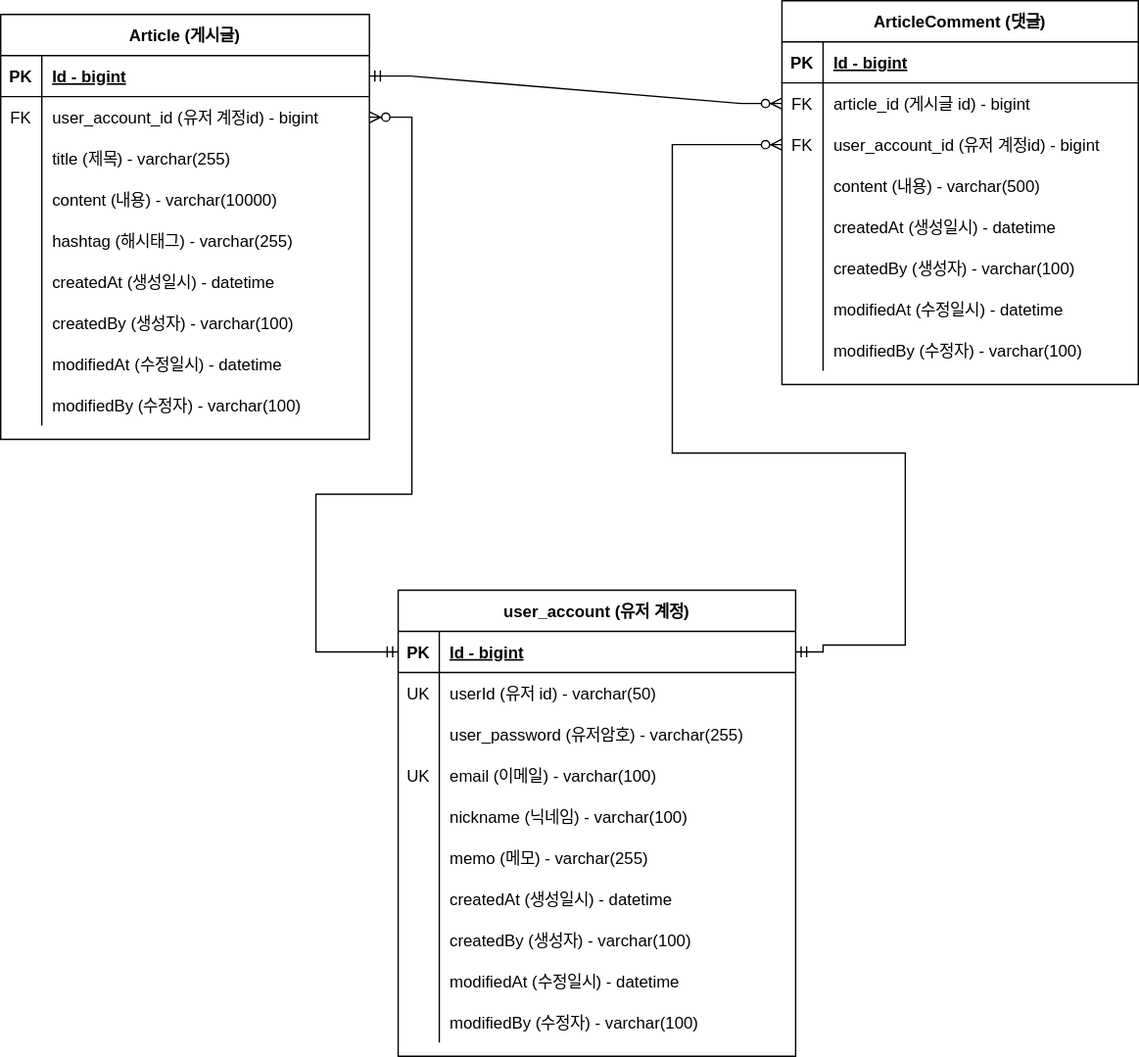
This is document/project-board-erd.svg from Choi-SeungMi/project-board, a draw.io export, as it was before one commit. Source tidied: cells renumbered, new cells last; positions are measured from the earlier drawing's top-left corner, leaving out a move shared by most shapes.
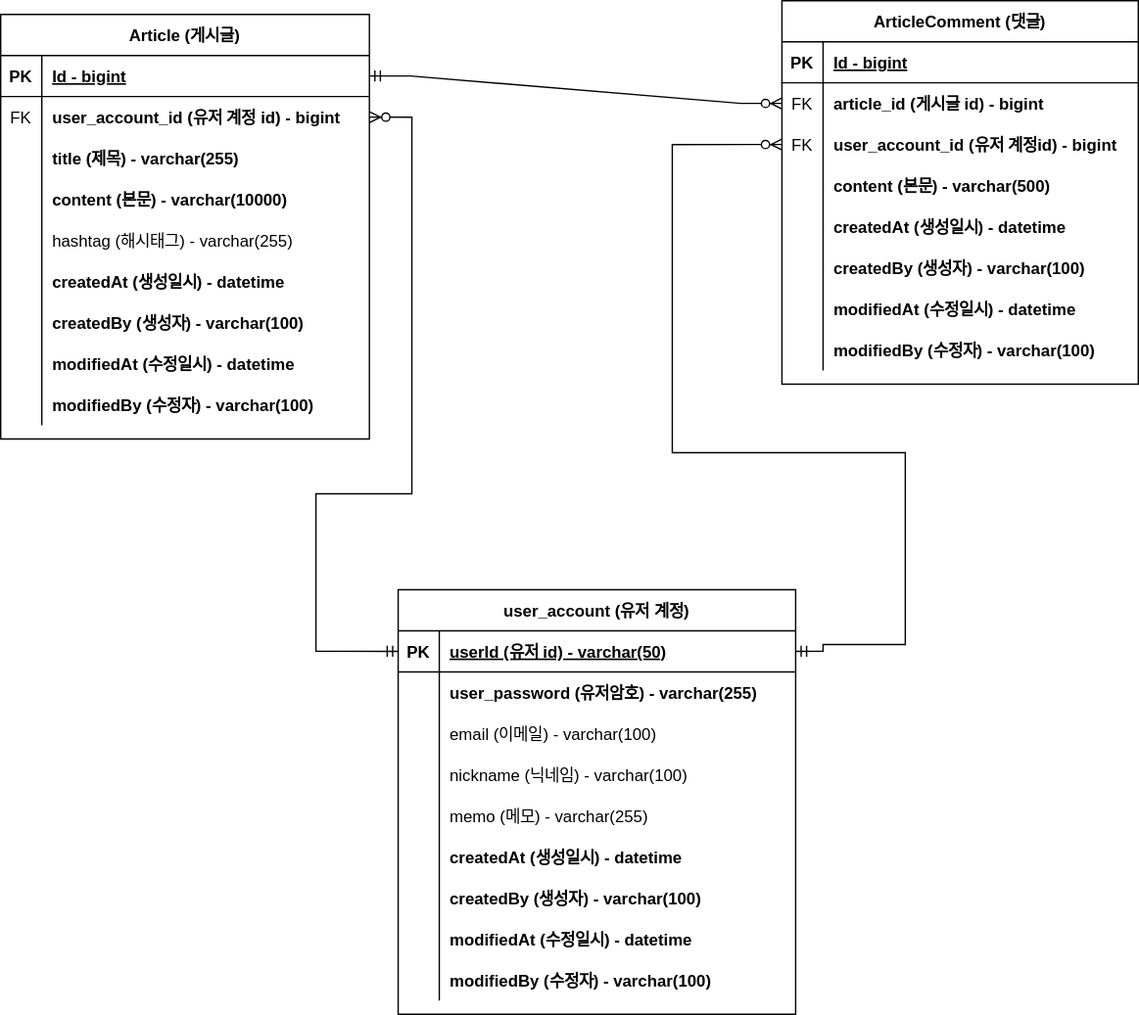
Above is the later version.

Commit message:
#34 - ERD 문서 수정: 회원 계정 user_id 를 PK 로 변경

회원 계정 기존 `id` 를 삭제하고 `user_id`를 pk로 변경하는
그림 적용

What changed in the source:
```diff
@@ -22,3 +22,3 @@
     </mxCell>
-    <mxCell id="8" value="user_account_id (유저 계정id) - bigint" style="shape=partialRectangle;overflow=hidden;fillColor=none;top=0;left=0;bottom=0;right=0;align=left;spacingLeft=6;" parent="6" vertex="1">
+    <mxCell id="8" value="user_account_id (유저 계정 id) - bigint" style="shape=partialRectangle;overflow=hidden;fillColor=none;top=0;left=0;bottom=0;right=0;align=left;spacingLeft=6;fontStyle=1;" parent="6" vertex="1">
       <mxGeometry x="30" width="239" height="30" as="geometry" />
@@ -31,3 +31,3 @@
     </mxCell>
-    <mxCell id="11" value="title (제목) - varchar(255)" style="shape=partialRectangle;overflow=hidden;fillColor=none;top=0;left=0;bottom=0;right=0;align=left;spacingLeft=6;" parent="9" vertex="1">
+    <mxCell id="11" value="title (제목) - varchar(255)" style="shape=partialRectangle;overflow=hidden;fillColor=none;top=0;left=0;bottom=0;right=0;align=left;spacingLeft=6;fontStyle=1;" parent="9" vertex="1">
       <mxGeometry x="30" width="239" height="30" as="geometry" />
@@ -40,3 +40,3 @@
     </mxCell>
-    <mxCell id="14" value="content (내용) - varchar(10000)" style="shape=partialRectangle;overflow=hidden;fillColor=none;top=0;left=0;bottom=0;right=0;align=left;spacingLeft=6;" parent="12" vertex="1">
+    <mxCell id="14" value="content (본문) - varchar(10000)" style="shape=partialRectangle;overflow=hidden;fillColor=none;top=0;left=0;bottom=0;right=0;align=left;spacingLeft=6;fontStyle=1;" parent="12" vertex="1">
       <mxGeometry x="30" width="239" height="30" as="geometry" />
@@ -58,3 +58,3 @@
     </mxCell>
-    <mxCell id="20" value="createdAt (생성일시) - datetime" style="shape=partialRectangle;overflow=hidden;fillColor=none;top=0;left=0;bottom=0;right=0;align=left;spacingLeft=6;" parent="18" vertex="1">
+    <mxCell id="20" value="createdAt (생성일시) - datetime" style="shape=partialRectangle;overflow=hidden;fillColor=none;top=0;left=0;bottom=0;right=0;align=left;spacingLeft=6;fontStyle=1;" parent="18" vertex="1">
       <mxGeometry x="30" width="239" height="30" as="geometry" />
@@ -67,3 +67,3 @@
     </mxCell>
-    <mxCell id="23" value="createdBy (생성자) - varchar(100)" style="shape=partialRectangle;overflow=hidden;fillColor=none;top=0;left=0;bottom=0;right=0;align=left;spacingLeft=6;" parent="21" vertex="1">
+    <mxCell id="23" value="createdBy (생성자) - varchar(100)" style="shape=partialRectangle;overflow=hidden;fillColor=none;top=0;left=0;bottom=0;right=0;align=left;spacingLeft=6;fontStyle=1;" parent="21" vertex="1">
       <mxGeometry x="30" width="239" height="30" as="geometry" />
@@ -76,3 +76,3 @@
     </mxCell>
-    <mxCell id="26" value="modifiedAt (수정일시) - datetime" style="shape=partialRectangle;overflow=hidden;fillColor=none;top=0;left=0;bottom=0;right=0;align=left;spacingLeft=6;" parent="24" vertex="1">
+    <mxCell id="26" value="modifiedAt (수정일시) - datetime" style="shape=partialRectangle;overflow=hidden;fillColor=none;top=0;left=0;bottom=0;right=0;align=left;spacingLeft=6;fontStyle=1;" parent="24" vertex="1">
       <mxGeometry x="30" width="239" height="30" as="geometry" />
@@ -85,3 +85,3 @@
     </mxCell>
-    <mxCell id="29" value="modifiedBy (수정자) - varchar(100)" style="shape=partialRectangle;overflow=hidden;fillColor=none;top=0;left=0;bottom=0;right=0;align=left;spacingLeft=6;" parent="27" vertex="1">
+    <mxCell id="29" value="modifiedBy (수정자) - varchar(100)" style="shape=partialRectangle;overflow=hidden;fillColor=none;top=0;left=0;bottom=0;right=0;align=left;spacingLeft=6;fontStyle=1;" parent="27" vertex="1">
       <mxGeometry x="30" width="239" height="30" as="geometry" />
@@ -106,3 +106,3 @@
     </mxCell>
-    <mxCell id="36" value="article_id (게시글 id) - bigint" style="shape=partialRectangle;overflow=hidden;fillColor=none;top=0;left=0;bottom=0;right=0;align=left;spacingLeft=6;" parent="34" vertex="1">
+    <mxCell id="36" value="article_id (게시글 id) - bigint" style="shape=partialRectangle;overflow=hidden;fillColor=none;top=0;left=0;bottom=0;right=0;align=left;spacingLeft=6;fontStyle=1;" parent="34" vertex="1">
       <mxGeometry x="30" width="230" height="30" as="geometry" />
@@ -115,3 +115,3 @@
     </mxCell>
-    <mxCell id="39" value="user_account_id (유저 계정id) - bigint" style="shape=partialRectangle;overflow=hidden;fillColor=none;top=0;left=0;bottom=0;right=0;align=left;spacingLeft=6;" parent="37" vertex="1">
+    <mxCell id="39" value="user_account_id (유저 계정id) - bigint" style="shape=partialRectangle;overflow=hidden;fillColor=none;top=0;left=0;bottom=0;right=0;align=left;spacingLeft=6;fontStyle=1;" parent="37" vertex="1">
       <mxGeometry x="30" width="230" height="30" as="geometry" />
@@ -124,3 +124,3 @@
     </mxCell>
-    <mxCell id="42" value="content (내용) - varchar(500)" style="shape=partialRectangle;overflow=hidden;fillColor=none;top=0;left=0;bottom=0;right=0;align=left;spacingLeft=6;" parent="40" vertex="1">
+    <mxCell id="42" value="content (본문) - varchar(500)" style="shape=partialRectangle;overflow=hidden;fillColor=none;top=0;left=0;bottom=0;right=0;align=left;spacingLeft=6;fontStyle=1;" parent="40" vertex="1">
       <mxGeometry x="30" width="230" height="30" as="geometry" />
@@ -133,3 +133,3 @@
     </mxCell>
-    <mxCell id="45" value="createdAt (생성일시) - datetime" style="shape=partialRectangle;overflow=hidden;fillColor=none;top=0;left=0;bottom=0;right=0;align=left;spacingLeft=6;" parent="43" vertex="1">
+    <mxCell id="45" value="createdAt (생성일시) - datetime" style="shape=partialRectangle;overflow=hidden;fillColor=none;top=0;left=0;bottom=0;right=0;align=left;spacingLeft=6;fontStyle=1;" parent="43" vertex="1">
       <mxGeometry x="30" width="230" height="30" as="geometry" />
@@ -142,3 +142,3 @@
     </mxCell>
-    <mxCell id="48" value="createdBy (생성자) - varchar(100)" style="shape=partialRectangle;overflow=hidden;fillColor=none;top=0;left=0;bottom=0;right=0;align=left;spacingLeft=6;" parent="46" vertex="1">
+    <mxCell id="48" value="createdBy (생성자) - varchar(100)" style="shape=partialRectangle;overflow=hidden;fillColor=none;top=0;left=0;bottom=0;right=0;align=left;spacingLeft=6;fontStyle=1;" parent="46" vertex="1">
       <mxGeometry x="30" width="230" height="30" as="geometry" />
@@ -151,3 +151,3 @@
     </mxCell>
-    <mxCell id="51" value="modifiedAt (수정일시) - datetime" style="shape=partialRectangle;overflow=hidden;fillColor=none;top=0;left=0;bottom=0;right=0;align=left;spacingLeft=6;" parent="49" vertex="1">
+    <mxCell id="51" value="modifiedAt (수정일시) - datetime" style="shape=partialRectangle;overflow=hidden;fillColor=none;top=0;left=0;bottom=0;right=0;align=left;spacingLeft=6;fontStyle=1;" parent="49" vertex="1">
       <mxGeometry x="30" width="230" height="30" as="geometry" />
@@ -160,3 +160,3 @@
     </mxCell>
-    <mxCell id="54" value="modifiedBy (수정자) - varchar(100)" style="shape=partialRectangle;overflow=hidden;fillColor=none;top=0;left=0;bottom=0;right=0;align=left;spacingLeft=6;" parent="52" vertex="1">
+    <mxCell id="54" value="modifiedBy (수정자) - varchar(100)" style="shape=partialRectangle;overflow=hidden;fillColor=none;top=0;left=0;bottom=0;right=0;align=left;spacingLeft=6;fontStyle=1;" parent="52" vertex="1">
       <mxGeometry x="30" width="230" height="30" as="geometry" />
@@ -167,3 +167,3 @@
     <mxCell id="56" value="user_account (유저 계정)" style="shape=table;startSize=30;rowLines=0;fontStyle=1;align=center;" parent="1" vertex="1">
-      <mxGeometry x="290" y="430" width="290" height="340" as="geometry" />
+      <mxGeometry x="290" y="430" width="290" height="310" as="geometry" />
     </mxCell>
@@ -175,16 +175,7 @@
     </mxCell>
-    <mxCell id="59" value="Id - bigint" style="shape=partialRectangle;overflow=hidden;fillColor=none;top=0;left=0;bottom=0;right=0;align=left;spacingLeft=6;fontStyle=5;" parent="57" vertex="1">
+    <mxCell id="59" value="userId (유저 id) - varchar(50)" style="shape=partialRectangle;overflow=hidden;fillColor=none;top=0;left=0;bottom=0;right=0;align=left;spacingLeft=6;fontStyle=5;" parent="57" vertex="1">
       <mxGeometry x="30" width="260" height="30" as="geometry" />
     </mxCell>
-    <mxCell id="60" style="shape=partialRectangle;fillColor=none;top=0;left=0;right=0;bottom=0;" parent="56" vertex="1">
-      <mxGeometry y="60" width="290" height="30" as="geometry" />
-    </mxCell>
-    <mxCell id="61" value="UK" style="shape=partialRectangle;overflow=hidden;fillColor=none;top=0;left=0;bottom=0;right=0;" parent="60" vertex="1">
-      <mxGeometry width="30" height="30" as="geometry" />
-    </mxCell>
-    <mxCell id="62" value="userId (유저 id) - varchar(50)" style="shape=partialRectangle;overflow=hidden;fillColor=none;top=0;left=0;bottom=0;right=0;align=left;spacingLeft=6;" parent="60" vertex="1">
-      <mxGeometry x="30" width="260" height="30" as="geometry" />
-    </mxCell>
     <mxCell id="63" style="shape=partialRectangle;fillColor=none;top=0;left=0;right=0;bottom=0;" parent="56" vertex="1">
-      <mxGeometry y="90" width="290" height="30" as="geometry" />
+      <mxGeometry y="60" width="290" height="30" as="geometry" />
     </mxCell>
@@ -193,3 +184,3 @@
     </mxCell>
-    <mxCell id="65" value="user_password (유저암호) - varchar(255)" style="shape=partialRectangle;overflow=hidden;fillColor=none;top=0;left=0;bottom=0;right=0;align=left;spacingLeft=6;" parent="63" vertex="1">
+    <mxCell id="65" value="user_password (유저암호) - varchar(255)" style="shape=partialRectangle;overflow=hidden;fillColor=none;top=0;left=0;bottom=0;right=0;align=left;spacingLeft=6;fontStyle=1;" parent="63" vertex="1">
       <mxGeometry x="30" width="260" height="30" as="geometry" />
@@ -197,5 +188,5 @@
     <mxCell id="66" style="shape=partialRectangle;fillColor=none;top=0;left=0;right=0;bottom=0;" parent="56" vertex="1">
-      <mxGeometry y="120" width="290" height="30" as="geometry" />
+      <mxGeometry y="90" width="290" height="30" as="geometry" />
     </mxCell>
-    <mxCell id="67" value="UK" style="shape=partialRectangle;overflow=hidden;fillColor=none;top=0;left=0;bottom=0;right=0;" parent="66" vertex="1">
+    <mxCell id="67" style="shape=partialRectangle;overflow=hidden;fillColor=none;top=0;left=0;bottom=0;right=0;" parent="66" vertex="1">
       <mxGeometry width="30" height="30" as="geometry" />
@@ -206,3 +197,3 @@
     <mxCell id="69" style="shape=partialRectangle;fillColor=none;top=0;left=0;right=0;bottom=0;" parent="56" vertex="1">
-      <mxGeometry y="150" width="290" height="30" as="geometry" />
+      <mxGeometry y="120" width="290" height="30" as="geometry" />
     </mxCell>
@@ -215,3 +206,3 @@
     <mxCell id="72" style="shape=partialRectangle;fillColor=none;top=0;left=0;right=0;bottom=0;" parent="56" vertex="1">
-      <mxGeometry y="180" width="290" height="30" as="geometry" />
+      <mxGeometry y="150" width="290" height="30" as="geometry" />
     </mxCell>
@@ -224,3 +215,3 @@
     <mxCell id="75" style="shape=partialRectangle;fillColor=none;top=0;left=0;right=0;bottom=0;" parent="56" vertex="1">
-      <mxGeometry y="210" width="290" height="30" as="geometry" />
+      <mxGeometry y="180" width="290" height="30" as="geometry" />
     </mxCell>
@@ -229,3 +220,3 @@
     </mxCell>
-    <mxCell id="77" value="createdAt (생성일시) - datetime" style="shape=partialRectangle;overflow=hidden;fillColor=none;top=0;left=0;bottom=0;right=0;align=left;spacingLeft=6;" parent="75" vertex="1">
+    <mxCell id="77" value="createdAt (생성일시) - datetime" style="shape=partialRectangle;overflow=hidden;fillColor=none;top=0;left=0;bottom=0;right=0;align=left;spacingLeft=6;fontStyle=1;" parent="75" vertex="1">
       <mxGeometry x="30" width="260" height="30" as="geometry" />
@@ -233,3 +224,3 @@
     <mxCell id="78" style="shape=partialRectangle;fillColor=none;top=0;left=0;right=0;bottom=0;" parent="56" vertex="1">
-      <mxGeometry y="240" width="290" height="30" as="geometry" />
+      <mxGeometry y="210" width="290" height="30" as="geometry" />
     </mxCell>
@@ -238,3 +229,3 @@
     </mxCell>
-    <mxCell id="80" value="createdBy (생성자) - varchar(100)" style="shape=partialRectangle;overflow=hidden;fillColor=none;top=0;left=0;bottom=0;right=0;align=left;spacingLeft=6;" parent="78" vertex="1">
+    <mxCell id="80" value="createdBy (생성자) - varchar(100)" style="shape=partialRectangle;overflow=hidden;fillColor=none;top=0;left=0;bottom=0;right=0;align=left;spacingLeft=6;fontStyle=1;" parent="78" vertex="1">
       <mxGeometry x="30" width="260" height="30" as="geometry" />
@@ -242,3 +233,3 @@
     <mxCell id="81" style="shape=partialRectangle;fillColor=none;top=0;left=0;right=0;bottom=0;" parent="56" vertex="1">
-      <mxGeometry y="270" width="290" height="30" as="geometry" />
+      <mxGeometry y="240" width="290" height="30" as="geometry" />
     </mxCell>
@@ -247,3 +238,3 @@
     </mxCell>
-    <mxCell id="83" value="modifiedAt (수정일시) - datetime" style="shape=partialRectangle;overflow=hidden;fillColor=none;top=0;left=0;bottom=0;right=0;align=left;spacingLeft=6;" parent="81" vertex="1">
+    <mxCell id="83" value="modifiedAt (수정일시) - datetime" style="shape=partialRectangle;overflow=hidden;fillColor=none;top=0;left=0;bottom=0;right=0;align=left;spacingLeft=6;fontStyle=1;" parent="81" vertex="1">
       <mxGeometry x="30" width="260" height="30" as="geometry" />
@@ -251,3 +242,3 @@
     <mxCell id="84" style="shape=partialRectangle;fillColor=none;top=0;left=0;right=0;bottom=0;" parent="56" vertex="1">
-      <mxGeometry y="300" width="290" height="30" as="geometry" />
+      <mxGeometry y="270" width="290" height="30" as="geometry" />
     </mxCell>
@@ -256,3 +247,3 @@
     </mxCell>
-    <mxCell id="86" value="modifiedBy (수정자) - varchar(100)" style="shape=partialRectangle;overflow=hidden;fillColor=none;top=0;left=0;bottom=0;right=0;align=left;spacingLeft=6;" parent="84" vertex="1">
+    <mxCell id="86" value="modifiedBy (수정자) - varchar(100)" style="shape=partialRectangle;overflow=hidden;fillColor=none;top=0;left=0;bottom=0;right=0;align=left;spacingLeft=6;fontStyle=1;" parent="84" vertex="1">
       <mxGeometry x="30" width="260" height="30" as="geometry" />
```
